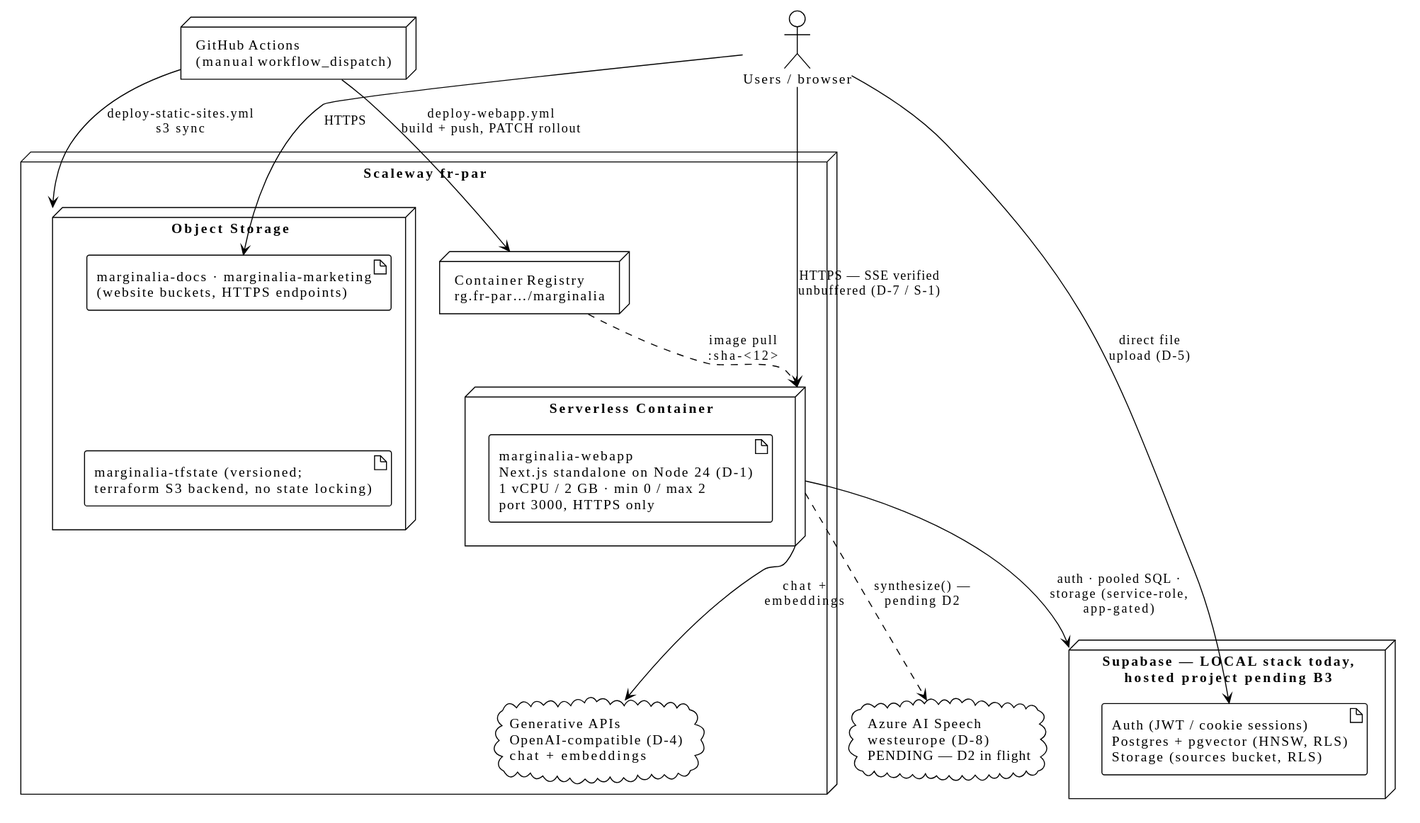
This is product/architecture/assets/physical-topology.svg from DonHeidi/notebooklm-clone, a PlantUML export, as it was before one commit.
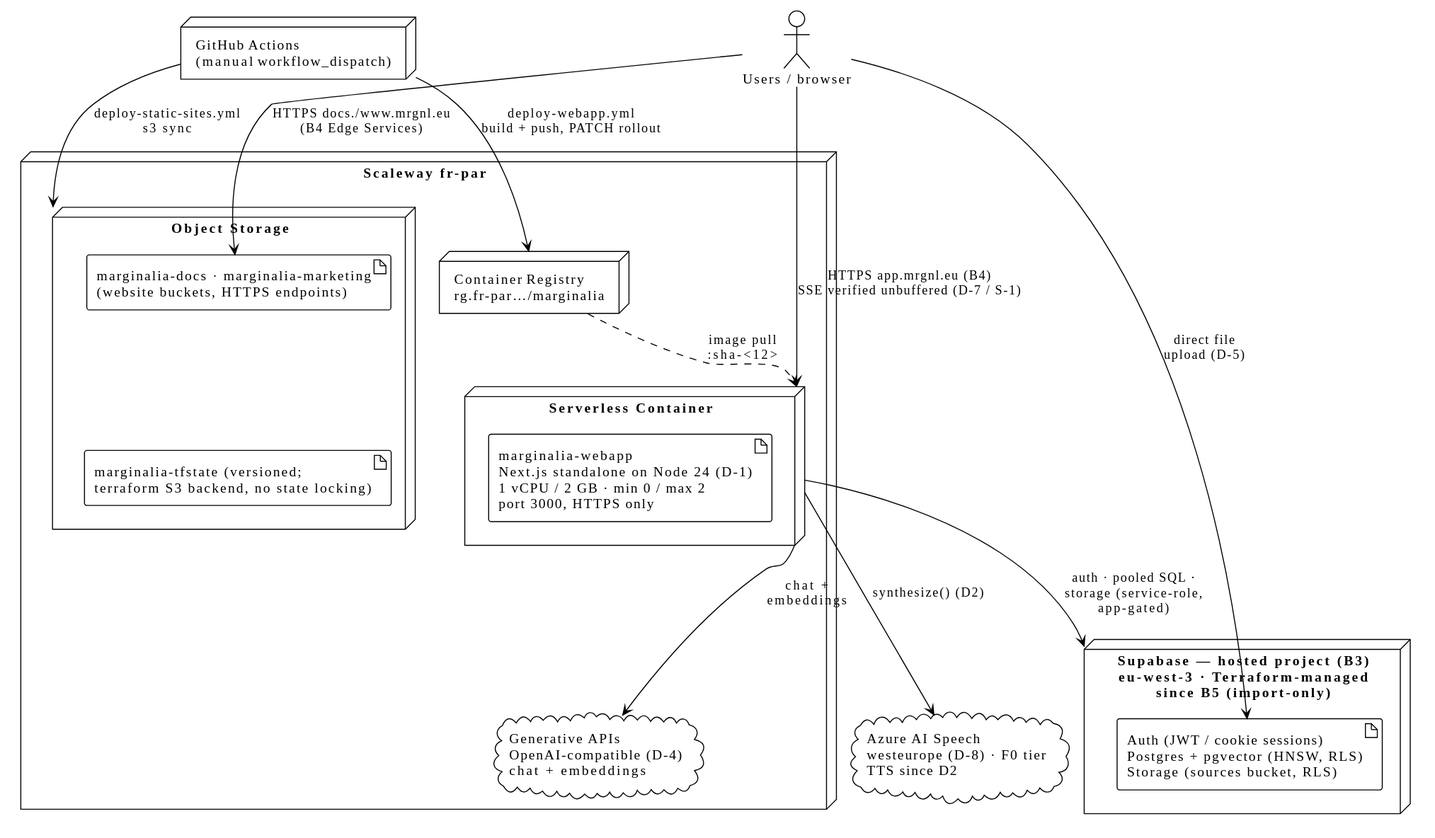
After the commit.

Commit message:
docs(product): refresh physical-topology diagram to merged-board reality

Supabase hosted + TF-managed (B3/B5), Azure Speech live (D2), custom
domains (B4); alt text updated to match. Flagged by C9 (#57);
owner-approved. All other SVGs re-rendered byte-identical.

What changed in the source:
```diff
@@ -17,23 +17,23 @@
   }
 }
 
-node "Supabase — LOCAL stack today,\nhosted project pending B3" as Supabase {
+node "Supabase — hosted project (B3)\neu-west-3 · Terraform-managed\nsince B5 (import-only)" as Supabase {
   artifact "Auth (JWT / cookie sessions)\nPostgres + pgvector (HNSW, RLS)\nStorage (sources bucket, RLS)" as SbArt
 }
 
-cloud "Azure AI Speech\nwesteurope (D-8)\nPENDING — D2 in flight" as Azure
+cloud "Azure AI Speech\nwesteurope (D-8) · F0 tier\nTTS since D2" as Azure
 
 node "GitHub Actions\n(manual workflow_dispatch)" as CI
 
 Sites -[hidden]down- Tfstate
 Registry -[hidden]down- GenAPI
 
-User --> Container : HTTPS — SSE verified\nunbuffered (D-7 / S-1)
-User --> Sites : HTTPS
+User --> Container : HTTPS app.mrgnl.eu (B4)\nSSE verified unbuffered (D-7 / S-1)
+User --> Sites : HTTPS docs./www.mrgnl.eu\n(B4 Edge Services)
 User --> SbArt : direct file\nupload (D-5)
 Container --> Supabase : auth · pooled SQL ·\nstorage (service-role,\napp-gated)
 Container --> GenAPI : chat +\nembeddings
-Container ..> Azure : synthesize() —\npending D2
+Container --> Azure : synthesize() (D2)
 Registry ..> Container : image pull\n:sha-<12>
 CI --> Registry : deploy-webapp.yml\nbuild + push, PATCH rollout
 CI --> OS : deploy-static-sites.yml\ns3 sync
```
